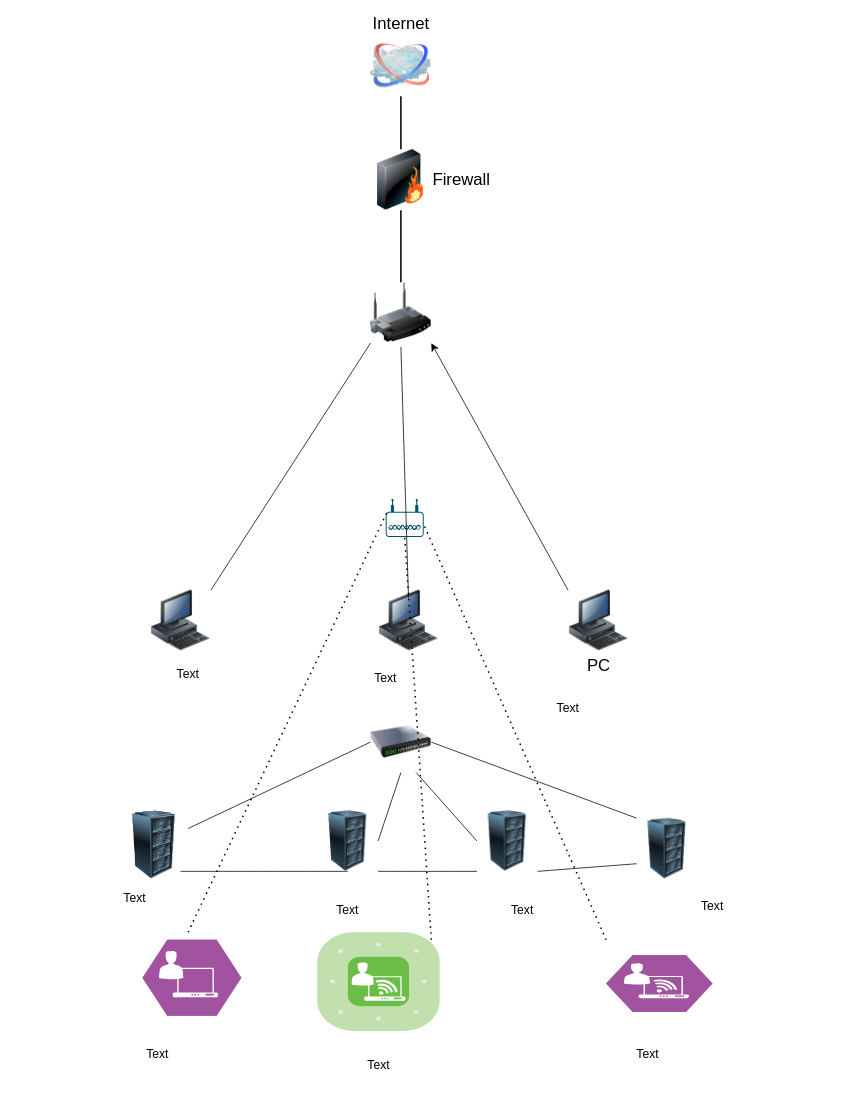
Earlier version of the draw.io diagram Untitled Diagram.drawio (omkardai/omkardai). Source tidied: cells renumbered, new cells numbered last; positions are measured from the earlier drawing's top-left corner, leaving out a move shared by most shapes. Both pictures are drawn from the tidied source at 76%, with x=0, y=0 at pixel (104, 35).
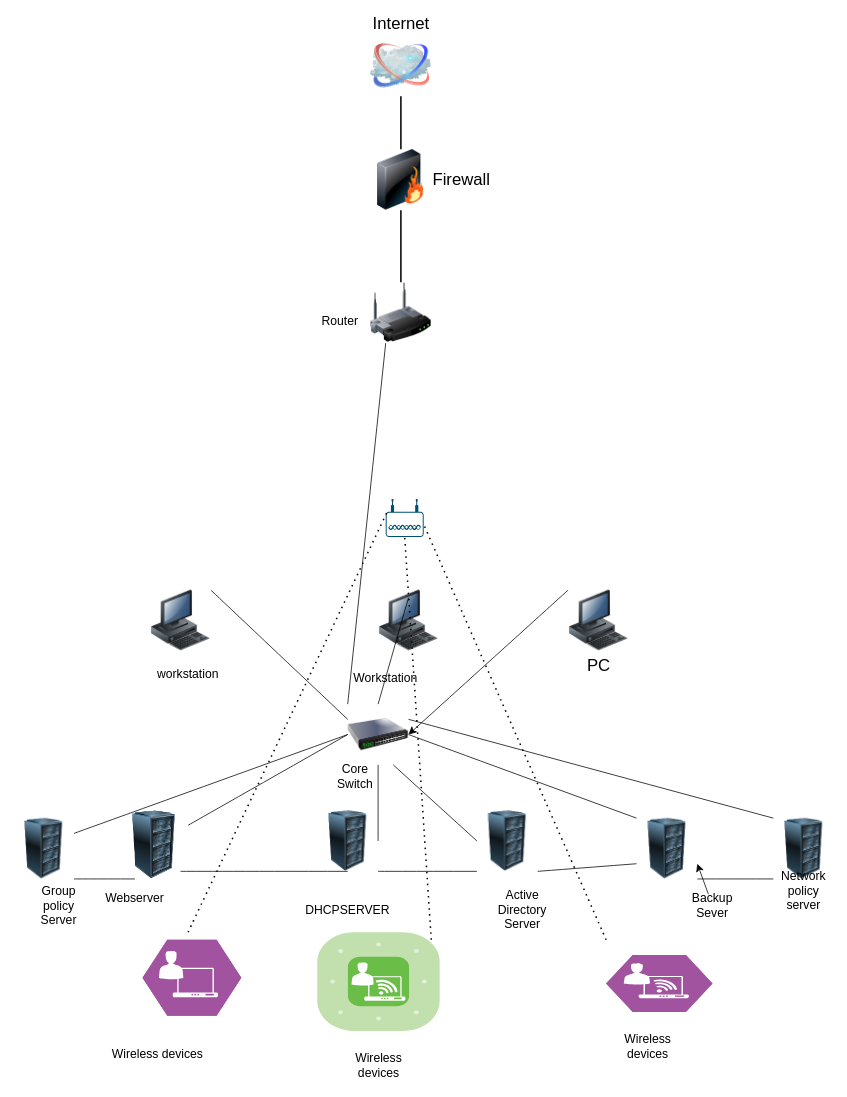
Above is the later version.

Commit message:
updated assignment network diagram

Unchanged cells that the change refers to:
```xml
<mxCell id="3" style="image;html=1;labelBackgroundColor=#ffffff;image=img/lib/clip_art/networking/Wireless_Router_128x128.png;rounded=1;shadow=0;comic=0;strokeWidth=2;fontSize=22;" parent="1" vertex="1">
  <mxGeometry x="350" y="325" width="80" height="80" as="geometry" />
</mxCell>
<mxCell id="7" value="PC" style="image;html=1;labelBackgroundColor=#ffffff;image=img/lib/clip_art/computers/Workstation_128x128.png;rounded=1;shadow=0;comic=0;strokeWidth=2;fontSize=22;" parent="1" vertex="1">
  <mxGeometry x="610" y="730" width="80" height="80" as="geometry" />
</mxCell>
<mxCell id="13" style="image;html=1;image=img/lib/clip_art/computers/Server_Rack_128x128.png;" parent="1" vertex="1">
  <mxGeometry x="700" y="1030" width="80" height="80" as="geometry" />
</mxCell>
<mxCell id="15" style="image;html=1;image=img/lib/clip_art/computers/Workstation_128x128.png;" parent="1" vertex="1">
  <mxGeometry x="60" y="730" width="80" height="80" as="geometry" />
</mxCell>
```

Change to the diagram source:
```diff
@@
     <mxCell id="8" style="image;html=1;image=img/lib/clip_art/networking/Switch_128x128.png;" parent="1" vertex="1">
-      <mxGeometry x="350" y="890" width="80" height="80" as="geometry" />
+      <mxGeometry x="320" y="880" width="80" height="80" as="geometry" />
     </mxCell>
@@
-    <mxCell id="12" style="edgeStyle=none;curved=1;rounded=0;jettySize=auto;html=1;exitX=0;exitY=0;exitDx=0;exitDy=0;entryX=1;entryY=1;entryDx=0;entryDy=0;fontSize=12;startSize=8;endSize=8;" parent="1" edge="1" source="7" target="3">
+    <mxCell id="12" style="edgeStyle=none;curved=1;rounded=0;jettySize=auto;html=1;exitX=0;exitY=0;exitDx=0;exitDy=0;entryX=1;entryY=0.5;entryDx=0;entryDy=0;fontSize=12;startSize=8;endSize=8;" parent="1" edge="1" source="7" target="8">
       <mxGeometry relative="1" as="geometry" />
     </mxCell>
@@
-    <mxCell id="17" style="endArrow=none;html=1;rounded=0;fontSize=12;startSize=8;endSize=8;curved=1;exitX=1;exitY=0;exitDx=0;exitDy=0;entryX=0;entryY=1;entryDx=0;entryDy=0;" parent="1" edge="1" source="15" target="3">
+    <mxCell id="17" style="endArrow=none;html=1;rounded=0;fontSize=12;startSize=8;endSize=8;curved=1;exitX=1;exitY=0;exitDx=0;exitDy=0;entryX=0;entryY=0.25;entryDx=0;entryDy=0;" parent="1" edge="1" source="15" target="8">
       <mxGeometry relative="1" as="geometry" />
     </mxCell>
@@
-    <mxCell id="23" value="Text" style="text;html=1;align=center;verticalAlign=middle;whiteSpace=wrap;rounded=0;fontSize=16;" parent="1" vertex="1">
+    <mxCell id="23" value="Workstation" style="text;html=1;align=center;verticalAlign=middle;whiteSpace=wrap;rounded=0;fontSize=16;" parent="1" vertex="1">
       <mxGeometry x="320" y="820" width="100" height="50" as="geometry" />
     </mxCell>
-    <mxCell id="24" value="Text" style="text;html=1;align=center;verticalAlign=middle;whiteSpace=wrap;rounded=0;fontSize=16;" parent="1" vertex="1">
+    <mxCell id="24" value="workstation" style="text;html=1;align=center;verticalAlign=middle;whiteSpace=wrap;rounded=0;fontSize=16;" parent="1" vertex="1">
       <mxGeometry x="60" y="820" width="100" height="40" as="geometry" />
     </mxCell>
-    <mxCell id="25" value="Text" style="text;html=1;align=center;verticalAlign=middle;whiteSpace=wrap;rounded=0;fontSize=16;" parent="1" vertex="1">
+    <mxCell id="25" value="Webserver" style="text;html=1;align=center;verticalAlign=middle;whiteSpace=wrap;rounded=0;fontSize=16;" parent="1" vertex="1">
       <mxGeometry x="10" y="1120" width="60" height="30" as="geometry" />
     </mxCell>
-    <mxCell id="26" value="Text" style="text;html=1;align=center;verticalAlign=middle;whiteSpace=wrap;rounded=0;fontSize=16;" parent="1" vertex="1">
+    <mxCell id="26" value="DHCPSERVER" style="text;html=1;align=center;verticalAlign=middle;whiteSpace=wrap;rounded=0;fontSize=16;" parent="1" vertex="1">
       <mxGeometry x="290" y="1135" width="60" height="30" as="geometry" />
     </mxCell>
-    <mxCell id="27" value="Text" style="text;html=1;align=center;verticalAlign=middle;whiteSpace=wrap;rounded=0;fontSize=16;" parent="1" vertex="1">
+    <mxCell id="27" value="Active Directory Server" style="text;html=1;align=center;verticalAlign=middle;whiteSpace=wrap;rounded=0;fontSize=16;" parent="1" vertex="1">
       <mxGeometry x="520" y="1135" width="60" height="30" as="geometry" />
     </mxCell>
+    <mxCell id="42" style="edgeStyle=none;curved=1;rounded=0;jettySize=auto;html=1;fontSize=12;startSize=8;endSize=8;entryX=1;entryY=0.75;entryDx=0;entryDy=0;" parent="1" edge="1" source="28" target="13">
+      <mxGeometry relative="1" as="geometry" />
+    </mxCell>
-    <mxCell id="28" value="Text" style="text;html=1;align=center;verticalAlign=middle;whiteSpace=wrap;rounded=0;fontSize=16;" parent="1" vertex="1">
+    <mxCell id="28" value="Backup Sever" style="text;html=1;align=center;verticalAlign=middle;whiteSpace=wrap;rounded=0;fontSize=16;" parent="1" vertex="1">
       <mxGeometry x="770" y="1130" width="60" height="30" as="geometry" />
     </mxCell>
-    <mxCell id="29" value="Text" style="text;html=1;align=center;verticalAlign=middle;whiteSpace=wrap;rounded=0;fontSize=16;" parent="1" vertex="1">
+    <mxCell id="29" value="Wireless devices" style="text;html=1;align=center;verticalAlign=middle;whiteSpace=wrap;rounded=0;fontSize=16;" parent="1" vertex="1">
       <mxGeometry y="1320" width="140" height="40" as="geometry" />
     </mxCell>
-    <mxCell id="30" value="Text" style="text;html=1;align=center;verticalAlign=middle;whiteSpace=wrap;rounded=0;fontSize=16;" parent="1" vertex="1">
+    <mxCell id="30" value="Wireless devices" style="text;html=1;align=center;verticalAlign=middle;whiteSpace=wrap;rounded=0;fontSize=16;" parent="1" vertex="1">
       <mxGeometry x="330.5" y="1330" width="60" height="50" as="geometry" />
     </mxCell>
-    <mxCell id="31" value="Text" style="text;html=1;align=center;verticalAlign=middle;whiteSpace=wrap;rounded=0;fontSize=16;" parent="1" vertex="1">
+    <mxCell id="31" value="Wireless devices&lt;div&gt;&lt;br&gt;&lt;/div&gt;" style="text;html=1;align=center;verticalAlign=middle;whiteSpace=wrap;rounded=0;fontSize=16;" parent="1" vertex="1">
       <mxGeometry x="670" y="1320" width="90" height="40" as="geometry" />
     </mxCell>
@@
-    <mxCell id="33" value="Text" style="text;html=1;align=center;verticalAlign=middle;whiteSpace=wrap;rounded=0;fontSize=16;" parent="1" vertex="1">
-      <mxGeometry x="540" y="860" width="140" height="50" as="geometry" />
-    </mxCell>
-    <mxCell id="34" style="endArrow=none;html=1;rounded=0;fontSize=12;startSize=8;endSize=8;curved=1;" parent="1" edge="1">
+    <mxCell id="34" style="endArrow=none;html=1;rounded=0;fontSize=12;startSize=8;endSize=8;curved=1;entryX=0.5;entryY=0;entryDx=0;entryDy=0;" parent="1" edge="1" target="8">
       <mxGeometry relative="1" as="geometry">
         <mxPoint x="400" y="740" as="sourcePoint" />
-        <mxPoint x="390" y="410" as="targetPoint" />
       </mxGeometry>
     </mxCell>
@@
+    <mxCell id="43" style="image;html=1;image=img/lib/clip_art/computers/Server_Rack_128x128.png;" parent="1" vertex="1">
+      <mxGeometry x="-120" y="1030" width="80" height="80" as="geometry" />
+    </mxCell>
+    <mxCell id="44" style="image;html=1;image=img/lib/clip_art/computers/Server_Rack_128x128.png;" parent="1" vertex="1">
+      <mxGeometry x="880" y="1030" width="80" height="80" as="geometry" />
+    </mxCell>
+    <mxCell id="45" value="Group policy Server" style="text;html=1;align=center;verticalAlign=middle;whiteSpace=wrap;rounded=0;fontSize=16;" parent="1" vertex="1">
+      <mxGeometry x="-90" y="1130" width="60" height="30" as="geometry" />
+    </mxCell>
+    <mxCell id="46" value="Network policy server" style="text;html=1;align=center;verticalAlign=middle;whiteSpace=wrap;rounded=0;fontSize=16;" parent="1" vertex="1">
+      <mxGeometry x="890" y="1110" width="60" height="30" as="geometry" />
+    </mxCell>
+    <mxCell id="47" style="endArrow=none;html=1;rounded=0;fontSize=12;startSize=8;endSize=8;curved=1;exitX=1;exitY=0.25;exitDx=0;exitDy=0;entryX=0;entryY=0.5;entryDx=0;entryDy=0;" parent="1" edge="1" source="43" target="8">
+      <mxGeometry relative="1" as="geometry" />
+    </mxCell>
+    <mxCell id="48" style="endArrow=none;html=1;rounded=0;fontSize=12;startSize=8;endSize=8;curved=1;exitX=1;exitY=1;exitDx=0;exitDy=0;" parent="1" edge="1" source="43">
+      <mxGeometry relative="1" as="geometry">
+        <mxPoint x="40" y="1110" as="targetPoint" />
+      </mxGeometry>
+    </mxCell>
+    <mxCell id="49" style="endArrow=none;html=1;rounded=0;fontSize=12;startSize=8;endSize=8;curved=1;entryX=0;entryY=1;entryDx=0;entryDy=0;exitX=1;exitY=1;exitDx=0;exitDy=0;" parent="1" edge="1" source="13" target="44">
+      <mxGeometry relative="1" as="geometry" />
+    </mxCell>
+    <mxCell id="50" style="endArrow=none;html=1;rounded=0;fontSize=12;startSize=8;endSize=8;curved=1;exitX=1;exitY=0.25;exitDx=0;exitDy=0;entryX=0;entryY=0;entryDx=0;entryDy=0;" parent="1" edge="1" source="8" target="44">
+      <mxGeometry relative="1" as="geometry" />
+    </mxCell>
+    <mxCell id="51" style="endArrow=none;html=1;rounded=0;fontSize=12;startSize=8;endSize=8;curved=1;exitX=0;exitY=0;exitDx=0;exitDy=0;entryX=0.25;entryY=1;entryDx=0;entryDy=0;" parent="1" edge="1" source="8" target="3">
+      <mxGeometry relative="1" as="geometry" />
+    </mxCell>
+    <mxCell id="52" value="Core Switch" style="text;html=1;align=center;verticalAlign=middle;whiteSpace=wrap;rounded=0;fontSize=16;" parent="1" vertex="1">
+      <mxGeometry x="300" y="960" width="60" height="30" as="geometry" />
+    </mxCell>
+    <mxCell id="53" value="Router" style="text;html=1;align=center;verticalAlign=middle;whiteSpace=wrap;rounded=0;fontSize=16;" parent="1" vertex="1">
+      <mxGeometry x="280" y="360" width="60" height="30" as="geometry" />
+    </mxCell>
```
